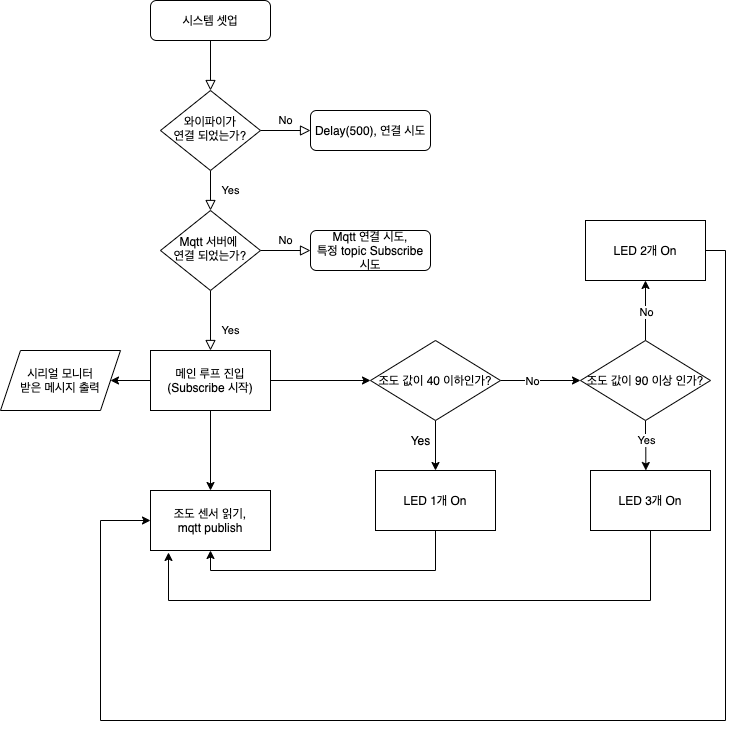
kimsehwan96/2020-fall-embeded-OS keeps this draw.io diagram as IoT/midterm/images/flow.png. Above is the earlier version. Source tidied: cells renumbered, new cells last; positions are measured from the earlier drawing's top-left corner, leaving out a move shared by most shapes. Its diagram source:
```xml
<mxGraphModel background="#FFFFFF">
  <root>
    <mxCell id="0" />
    <mxCell id="1" parent="0" />
    <mxCell id="2" style="rounded=0;html=1;jettySize=auto;fontSize=11;endArrow=block;endFill=0;endSize=8;strokeWidth=1;shadow=0;labelBackgroundColor=none;edgeStyle=orthogonalEdgeStyle;" parent="1" edge="1" source="3" target="6">
      <mxGeometry relative="1" as="geometry" />
    </mxCell>
    <mxCell id="3" value="시스템 셋업" style="rounded=1;whiteSpace=wrap;html=1;fontSize=12;glass=0;strokeWidth=1;shadow=0;" parent="1" vertex="1">
      <mxGeometry x="150" width="120" height="40" as="geometry" />
    </mxCell>
    <mxCell id="4" value="Yes" style="rounded=0;html=1;jettySize=auto;fontSize=11;endArrow=block;endFill=0;endSize=8;strokeWidth=1;shadow=0;labelBackgroundColor=none;edgeStyle=orthogonalEdgeStyle;" parent="1" edge="1" source="6" target="10">
      <mxGeometry y="20" relative="1" as="geometry" />
    </mxCell>
    <mxCell id="5" value="No" style="edgeStyle=orthogonalEdgeStyle;rounded=0;html=1;jettySize=auto;fontSize=11;endArrow=block;endFill=0;endSize=8;strokeWidth=1;shadow=0;labelBackgroundColor=none;" parent="1" edge="1" source="6" target="7">
      <mxGeometry y="10" relative="1" as="geometry" />
    </mxCell>
    <mxCell id="6" value="와이파이가&lt;br&gt;연결 되었는가?" style="rhombus;whiteSpace=wrap;html=1;shadow=0;fontFamily=Helvetica;fontSize=12;align=center;strokeWidth=1;spacing=6;spacingTop=-4;" parent="1" vertex="1">
      <mxGeometry x="160" y="90" width="100" height="80" as="geometry" />
    </mxCell>
    <mxCell id="7" value="Delay(500), 연결 시도" style="rounded=1;whiteSpace=wrap;html=1;fontSize=12;glass=0;strokeWidth=1;shadow=0;" parent="1" vertex="1">
      <mxGeometry x="310" y="110" width="120" height="40" as="geometry" />
    </mxCell>
    <mxCell id="8" value="Yes" style="rounded=0;html=1;jettySize=auto;fontSize=11;endArrow=block;endFill=0;endSize=8;strokeWidth=1;shadow=0;labelBackgroundColor=none;edgeStyle=orthogonalEdgeStyle;" parent="1" edge="1" source="10">
      <mxGeometry x="0.33" y="20" relative="1" as="geometry">
        <mxPoint x="210" y="350" as="targetPoint" />
      </mxGeometry>
    </mxCell>
    <mxCell id="9" value="No" style="edgeStyle=orthogonalEdgeStyle;rounded=0;html=1;jettySize=auto;fontSize=11;endArrow=block;endFill=0;endSize=8;strokeWidth=1;shadow=0;labelBackgroundColor=none;" parent="1" edge="1" source="10" target="11">
      <mxGeometry y="10" relative="1" as="geometry" />
    </mxCell>
    <mxCell id="10" value="Mqtt 서버에&amp;nbsp;&lt;br&gt;연결 되었는가?" style="rhombus;whiteSpace=wrap;html=1;shadow=0;fontFamily=Helvetica;fontSize=12;align=center;strokeWidth=1;spacing=6;spacingTop=-4;" parent="1" vertex="1">
      <mxGeometry x="160" y="210" width="100" height="80" as="geometry" />
    </mxCell>
    <mxCell id="11" value="Mqtt 연결 시도,&lt;br&gt;특정 topic Subscribe 시도" style="rounded=1;whiteSpace=wrap;html=1;fontSize=12;glass=0;strokeWidth=1;shadow=0;" parent="1" vertex="1">
      <mxGeometry x="310" y="230" width="120" height="40" as="geometry" />
    </mxCell>
    <mxCell id="12" style="edgeStyle=orthogonalEdgeStyle;rounded=0;jettySize=auto;html=1;" parent="1" edge="1" source="15" target="16">
      <mxGeometry relative="1" as="geometry" />
    </mxCell>
    <mxCell id="13" style="edgeStyle=orthogonalEdgeStyle;rounded=0;jettySize=auto;html=1;" parent="1" edge="1" source="15" target="20">
      <mxGeometry relative="1" as="geometry" />
    </mxCell>
    <mxCell id="14" style="edgeStyle=orthogonalEdgeStyle;rounded=0;jettySize=auto;html=1;" parent="1" edge="1" source="15" target="33">
      <mxGeometry relative="1" as="geometry" />
    </mxCell>
    <mxCell id="15" value="메인 루프 진입&lt;br&gt;(Subscribe 시작)" style="rounded=0;whiteSpace=wrap;html=1;" parent="1" vertex="1">
      <mxGeometry x="150" y="350" width="120" height="60" as="geometry" />
    </mxCell>
    <mxCell id="16" value="조도 센서 읽기,&lt;br&gt;mqtt publish" style="rounded=0;whiteSpace=wrap;html=1;" parent="1" vertex="1">
      <mxGeometry x="150" y="490" width="120" height="60" as="geometry" />
    </mxCell>
    <mxCell id="17" style="edgeStyle=orthogonalEdgeStyle;rounded=0;jettySize=auto;html=1;" parent="1" edge="1" source="20">
      <mxGeometry relative="1" as="geometry">
        <mxPoint x="435" y="470" as="targetPoint" />
      </mxGeometry>
    </mxCell>
    <mxCell id="18" style="edgeStyle=orthogonalEdgeStyle;rounded=0;jettySize=auto;html=1;" parent="1" edge="1" source="20" target="28">
      <mxGeometry relative="1" as="geometry" />
    </mxCell>
    <mxCell id="19" value="No" style="edgeLabel;html=1;align=center;verticalAlign=middle;" parent="18" vertex="1">
      <mxGeometry x="-0.22" relative="1" as="geometry" />
    </mxCell>
    <mxCell id="20" value="조도 값이 40 이하인가?" style="rhombus;whiteSpace=wrap;html=1;rounded=0;" parent="1" vertex="1">
      <mxGeometry x="370" y="340" width="130" height="80" as="geometry" />
    </mxCell>
    <mxCell id="21" style="edgeStyle=orthogonalEdgeStyle;rounded=0;jettySize=auto;html=1;exitX=0.5;exitY=1;exitDx=0;exitDy=0;entryX=0.5;entryY=1;entryDx=0;entryDy=0;" parent="1" edge="1" source="22" target="16">
      <mxGeometry relative="1" as="geometry" />
    </mxCell>
    <mxCell id="22" value="LED 1개 On" style="rounded=0;whiteSpace=wrap;html=1;" parent="1" vertex="1">
      <mxGeometry x="375" y="470" width="120" height="60" as="geometry" />
    </mxCell>
    <mxCell id="23" value="Yes" style="text;html=1;align=center;verticalAlign=middle;" parent="1" vertex="1">
      <mxGeometry x="400" y="430" width="40" height="20" as="geometry" />
    </mxCell>
    <mxCell id="24" style="edgeStyle=orthogonalEdgeStyle;rounded=0;jettySize=auto;html=1;exitX=0.5;exitY=1;exitDx=0;exitDy=0;" parent="1" edge="1" source="28">
      <mxGeometry relative="1" as="geometry">
        <mxPoint x="645.3" y="470" as="targetPoint" />
      </mxGeometry>
    </mxCell>
    <mxCell id="25" value="Yes&lt;br&gt;" style="edgeLabel;html=1;align=center;verticalAlign=middle;" parent="24" vertex="1">
      <mxGeometry x="-0.23" relative="1" as="geometry" />
    </mxCell>
    <mxCell id="26" style="edgeStyle=orthogonalEdgeStyle;rounded=0;jettySize=auto;html=1;" parent="1" edge="1" source="28">
      <mxGeometry relative="1" as="geometry">
        <mxPoint x="645" y="280" as="targetPoint" />
      </mxGeometry>
    </mxCell>
    <mxCell id="27" value="No" style="edgeLabel;html=1;align=center;verticalAlign=middle;" parent="26" vertex="1">
      <mxGeometry x="-0.04" relative="1" as="geometry" />
    </mxCell>
    <mxCell id="28" value="조도 값이 90 이상 인가?" style="rhombus;whiteSpace=wrap;html=1;rounded=0;" parent="1" vertex="1">
      <mxGeometry x="580" y="340" width="130" height="80" as="geometry" />
    </mxCell>
    <mxCell id="29" style="edgeStyle=orthogonalEdgeStyle;rounded=0;jettySize=auto;html=1;exitX=0.5;exitY=1;exitDx=0;exitDy=0;entryX=0.15;entryY=1.033;entryDx=0;entryDy=0;entryPerimeter=0;" parent="1" edge="1" source="30" target="16">
      <mxGeometry relative="1" as="geometry">
        <Array as="points">
          <mxPoint x="650" y="600" />
          <mxPoint x="168" y="600" />
        </Array>
      </mxGeometry>
    </mxCell>
    <mxCell id="30" value="LED 3개 On" style="rounded=0;whiteSpace=wrap;html=1;" parent="1" vertex="1">
      <mxGeometry x="590" y="470" width="120" height="60" as="geometry" />
    </mxCell>
    <mxCell id="31" style="edgeStyle=orthogonalEdgeStyle;rounded=0;jettySize=auto;html=1;exitX=1;exitY=0.5;exitDx=0;exitDy=0;entryX=0;entryY=0.5;entryDx=0;entryDy=0;" parent="1" edge="1" source="32" target="16">
      <mxGeometry relative="1" as="geometry">
        <Array as="points">
          <mxPoint x="725" y="250" />
          <mxPoint x="725" y="720" />
          <mxPoint x="100" y="720" />
          <mxPoint x="100" y="520" />
        </Array>
      </mxGeometry>
    </mxCell>
    <mxCell id="32" value="LED 2개 On" style="rounded=0;whiteSpace=wrap;html=1;" parent="1" vertex="1">
      <mxGeometry x="585" y="220" width="120" height="60" as="geometry" />
    </mxCell>
    <mxCell id="33" value="시리얼 모니터&lt;br&gt;받은 메시지 출력" style="shape=parallelogram;perimeter=parallelogramPerimeter;whiteSpace=wrap;html=1;fixedSize=1;rounded=0;" parent="1" vertex="1">
      <mxGeometry y="350" width="120" height="60" as="geometry" />
    </mxCell>
  </root>
</mxGraphModel>
```
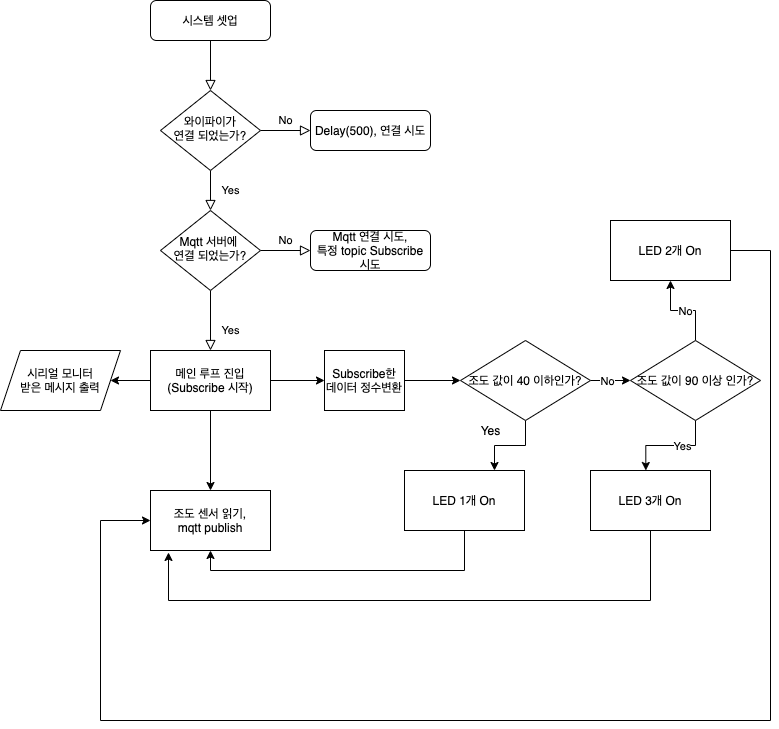
Later version of the same file.

Commit message:
complete report

Change to the diagram source:
```diff
@@ -37,7 +37,7 @@
     <mxCell id="12" style="edgeStyle=orthogonalEdgeStyle;rounded=0;jettySize=auto;html=1;" parent="1" edge="1" source="15" target="16">
       <mxGeometry relative="1" as="geometry" />
     </mxCell>
-    <mxCell id="13" style="edgeStyle=orthogonalEdgeStyle;rounded=0;jettySize=auto;html=1;" parent="1" edge="1" source="15" target="20">
+    <mxCell id="13" style="edgeStyle=orthogonalEdgeStyle;rounded=0;jettySize=auto;html=1;entryX=0;entryY=0.5;entryDx=0;entryDy=0;" parent="1" edge="1" source="15" target="36">
       <mxGeometry relative="1" as="geometry" />
     </mxCell>
     <mxCell id="14" style="edgeStyle=orthogonalEdgeStyle;rounded=0;jettySize=auto;html=1;" parent="1" edge="1" source="15" target="33">
@@ -49,29 +49,24 @@
     <mxCell id="16" value="조도 센서 읽기,&lt;br&gt;mqtt publish" style="rounded=0;whiteSpace=wrap;html=1;" parent="1" vertex="1">
       <mxGeometry x="150" y="490" width="120" height="60" as="geometry" />
     </mxCell>
-    <mxCell id="17" style="edgeStyle=orthogonalEdgeStyle;rounded=0;jettySize=auto;html=1;" parent="1" edge="1" source="20">
-      <mxGeometry relative="1" as="geometry">
-        <mxPoint x="435" y="470" as="targetPoint" />
-      </mxGeometry>
-    </mxCell>
     <mxCell id="18" style="edgeStyle=orthogonalEdgeStyle;rounded=0;jettySize=auto;html=1;" parent="1" edge="1" source="20" target="28">
       <mxGeometry relative="1" as="geometry" />
     </mxCell>
     <mxCell id="19" value="No" style="edgeLabel;html=1;align=center;verticalAlign=middle;" parent="18" vertex="1">
       <mxGeometry x="-0.22" relative="1" as="geometry" />
     </mxCell>
+    <mxCell id="34" style="edgeStyle=orthogonalEdgeStyle;rounded=0;jettySize=auto;html=1;exitX=0.5;exitY=1;exitDx=0;exitDy=0;entryX=0.75;entryY=0;entryDx=0;entryDy=0;" parent="1" edge="1" source="20" target="22">
+      <mxGeometry relative="1" as="geometry" />
+    </mxCell>
     <mxCell id="20" value="조도 값이 40 이하인가?" style="rhombus;whiteSpace=wrap;html=1;rounded=0;" parent="1" vertex="1">
-      <mxGeometry x="370" y="340" width="130" height="80" as="geometry" />
+      <mxGeometry x="460" y="340" width="130" height="80" as="geometry" />
     </mxCell>
     <mxCell id="21" style="edgeStyle=orthogonalEdgeStyle;rounded=0;jettySize=auto;html=1;exitX=0.5;exitY=1;exitDx=0;exitDy=0;entryX=0.5;entryY=1;entryDx=0;entryDy=0;" parent="1" edge="1" source="22" target="16">
       <mxGeometry relative="1" as="geometry" />
     </mxCell>
     <mxCell id="22" value="LED 1개 On" style="rounded=0;whiteSpace=wrap;html=1;" parent="1" vertex="1">
-      <mxGeometry x="375" y="470" width="120" height="60" as="geometry" />
+      <mxGeometry x="404" y="470" width="120" height="60" as="geometry" />
     </mxCell>
-    <mxCell id="23" value="Yes" style="text;html=1;align=center;verticalAlign=middle;" parent="1" vertex="1">
-      <mxGeometry x="400" y="430" width="40" height="20" as="geometry" />
-    </mxCell>
     <mxCell id="24" style="edgeStyle=orthogonalEdgeStyle;rounded=0;jettySize=auto;html=1;exitX=0.5;exitY=1;exitDx=0;exitDy=0;" parent="1" edge="1" source="28">
       <mxGeometry relative="1" as="geometry">
         <mxPoint x="645.3" y="470" as="targetPoint" />
@@ -80,16 +75,14 @@
     <mxCell id="25" value="Yes&lt;br&gt;" style="edgeLabel;html=1;align=center;verticalAlign=middle;" parent="24" vertex="1">
       <mxGeometry x="-0.23" relative="1" as="geometry" />
     </mxCell>
-    <mxCell id="26" style="edgeStyle=orthogonalEdgeStyle;rounded=0;jettySize=auto;html=1;" parent="1" edge="1" source="28">
-      <mxGeometry relative="1" as="geometry">
-        <mxPoint x="645" y="280" as="targetPoint" />
-      </mxGeometry>
+    <mxCell id="26" style="edgeStyle=orthogonalEdgeStyle;rounded=0;jettySize=auto;html=1;" parent="1" edge="1" source="28" target="32">
+      <mxGeometry relative="1" as="geometry" />
     </mxCell>
     <mxCell id="27" value="No" style="edgeLabel;html=1;align=center;verticalAlign=middle;" parent="26" vertex="1">
       <mxGeometry x="-0.04" relative="1" as="geometry" />
     </mxCell>
     <mxCell id="28" value="조도 값이 90 이상 인가?" style="rhombus;whiteSpace=wrap;html=1;rounded=0;" parent="1" vertex="1">
-      <mxGeometry x="580" y="340" width="130" height="80" as="geometry" />
+      <mxGeometry x="630" y="340" width="130" height="80" as="geometry" />
     </mxCell>
     <mxCell id="29" style="edgeStyle=orthogonalEdgeStyle;rounded=0;jettySize=auto;html=1;exitX=0.5;exitY=1;exitDx=0;exitDy=0;entryX=0.15;entryY=1.033;entryDx=0;entryDy=0;entryPerimeter=0;" parent="1" edge="1" source="30" target="16">
       <mxGeometry relative="1" as="geometry">
@@ -105,18 +98,27 @@
     <mxCell id="31" style="edgeStyle=orthogonalEdgeStyle;rounded=0;jettySize=auto;html=1;exitX=1;exitY=0.5;exitDx=0;exitDy=0;entryX=0;entryY=0.5;entryDx=0;entryDy=0;" parent="1" edge="1" source="32" target="16">
       <mxGeometry relative="1" as="geometry">
         <Array as="points">
-          <mxPoint x="725" y="250" />
-          <mxPoint x="725" y="720" />
+          <mxPoint x="770" y="250" />
+          <mxPoint x="770" y="720" />
           <mxPoint x="100" y="720" />
           <mxPoint x="100" y="520" />
         </Array>
       </mxGeometry>
     </mxCell>
     <mxCell id="32" value="LED 2개 On" style="rounded=0;whiteSpace=wrap;html=1;" parent="1" vertex="1">
-      <mxGeometry x="585" y="220" width="120" height="60" as="geometry" />
+      <mxGeometry x="610" y="220" width="120" height="60" as="geometry" />
     </mxCell>
     <mxCell id="33" value="시리얼 모니터&lt;br&gt;받은 메시지 출력" style="shape=parallelogram;perimeter=parallelogramPerimeter;whiteSpace=wrap;html=1;fixedSize=1;rounded=0;" parent="1" vertex="1">
       <mxGeometry y="350" width="120" height="60" as="geometry" />
     </mxCell>
+    <mxCell id="23" value="Yes" style="text;html=1;align=center;verticalAlign=middle;" parent="1" vertex="1">
+      <mxGeometry x="470" y="420" width="40" height="20" as="geometry" />
+    </mxCell>
+    <mxCell id="35" style="edgeStyle=orthogonalEdgeStyle;rounded=0;jettySize=auto;html=1;exitX=1;exitY=0.5;exitDx=0;exitDy=0;entryX=0;entryY=0.5;entryDx=0;entryDy=0;" parent="1" edge="1" source="36" target="20">
+      <mxGeometry relative="1" as="geometry" />
+    </mxCell>
+    <mxCell id="36" value="Subscribe한&lt;br&gt;데이터 정수변환" style="rounded=0;whiteSpace=wrap;html=1;" parent="1" vertex="1">
+      <mxGeometry x="324" y="350" width="80" height="60" as="geometry" />
+    </mxCell>
   </root>
 </mxGraphModel>
```
